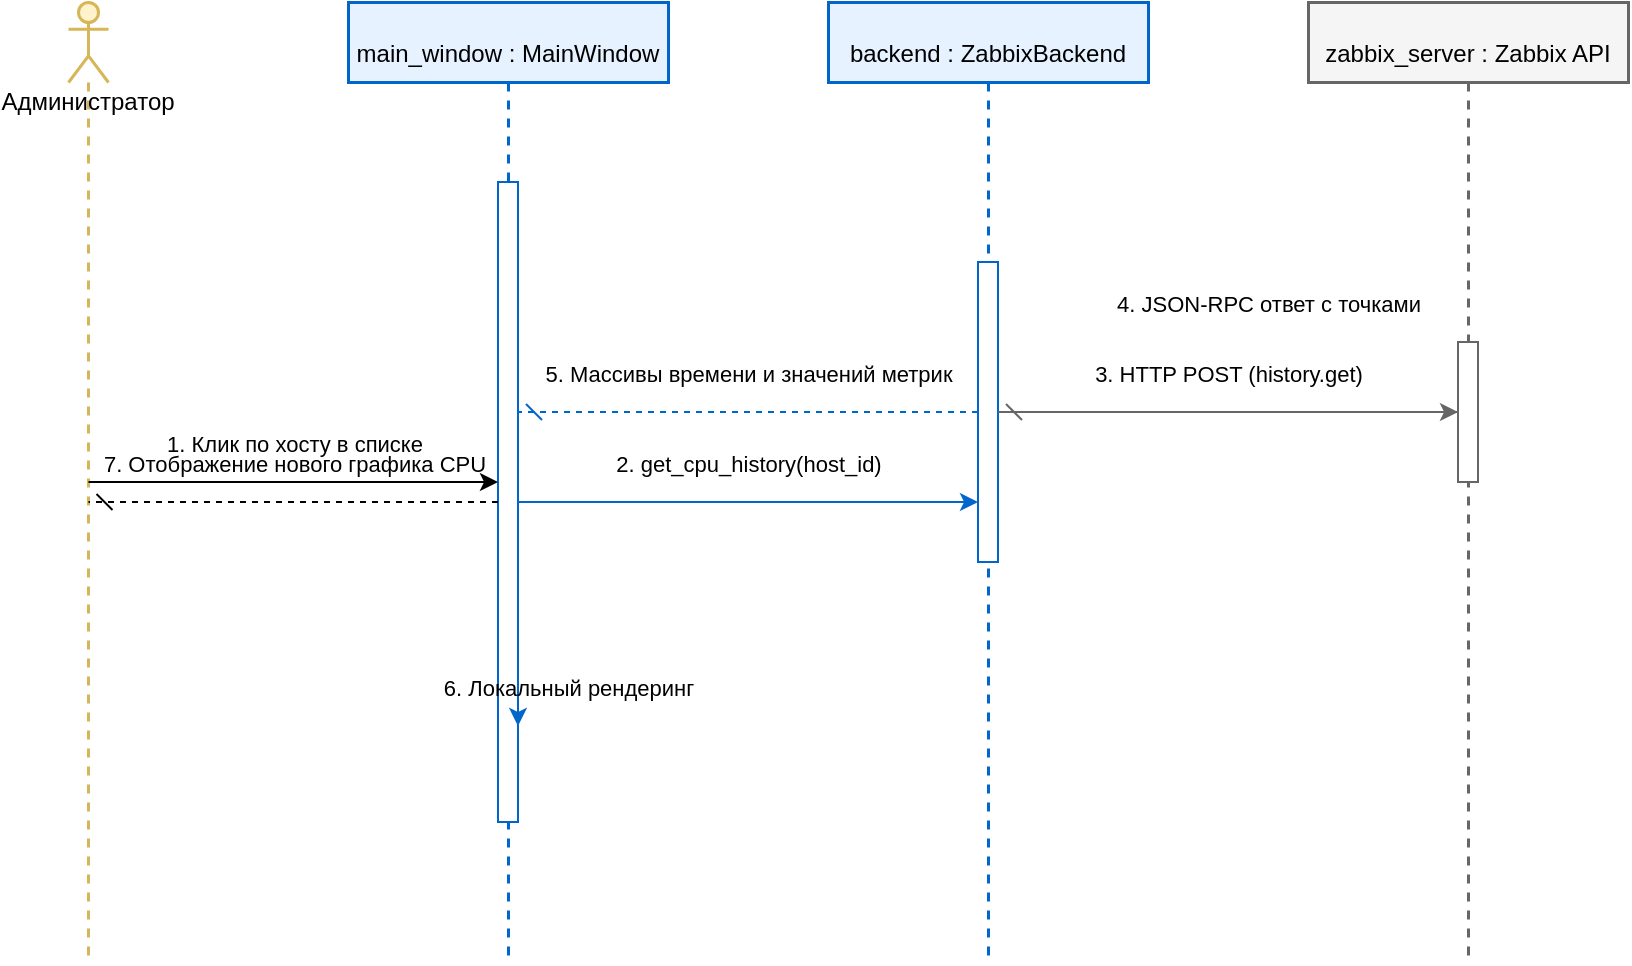
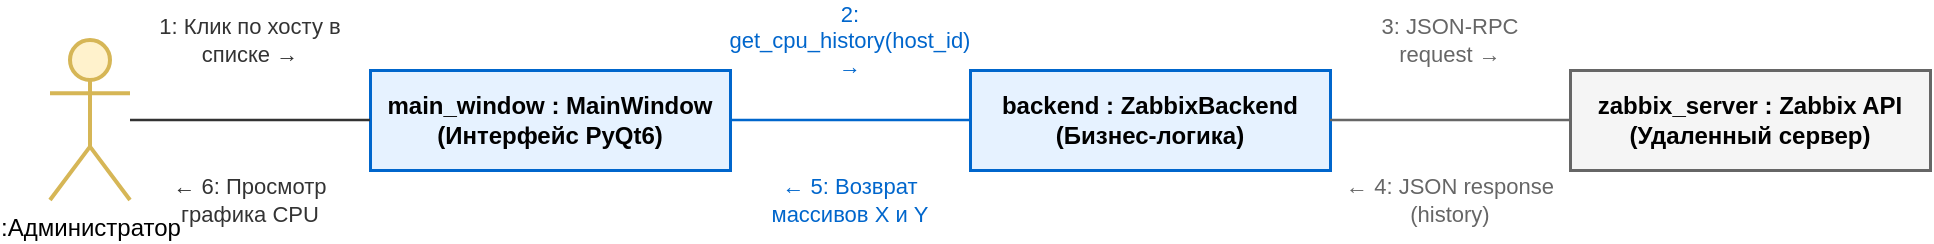
<mxfile host="app.diagrams.net">
  <diagram name="Диаграмма коопераций" id="65SV-HAAZTgRo7S4jJKr">
    <mxGraphModel dx="2343" dy="1313" grid="1" gridSize="10" guides="1" tooltips="1" connect="1" arrows="1" fold="1" page="1" pageScale="1" pageWidth="827" pageHeight="1169" math="0" shadow="0">
      <root>
        <mxCell id="0" />
        <mxCell id="1" parent="0" />
-         <mxCell id="gegtC7HxZWgpFShu-0Bw-77" parent="1" style="shape=umlLifeline;participant=umlActor;perimeter=lifelinePerimeter;whiteSpace=wrap;html=1;container=1;collapsible=0;recursiveResize=0;verticalAlign=top;spacingTop=36;outlineConnect=0;strokeWidth=1.5;fillColor=#FFF2CC;strokeColor=#D6B656;" value="Администратор" vertex="1">
-           <mxGeometry height="480" width="20" x="700" y="390" as="geometry" />
+         <mxCell id="gegtC7HxZWgpFShu-0Bw-50" parent="1" style="shape=umlActor;verticalLabelPosition=bottom;verticalAlign=top;html=1;strokeWidth=2;fillColor=#FFF2CC;strokeColor=#D6B656;" value=":Администратор" vertex="1">
+           <mxGeometry height="80" width="40" x="500" y="510" as="geometry" />
        </mxCell>
-         <mxCell id="gegtC7HxZWgpFShu-0Bw-78" parent="1" style="shape=umlLifeline;perimeter=lifelinePerimeter;whiteSpace=wrap;html=1;container=1;collapsible=0;recursiveResize=0;verticalAlign=top;spacingTop=12;outlineConnect=0;strokeWidth=1.5;fillColor=#E6F2FF;strokeColor=#0066CC;" value="main_window : MainWindow" vertex="1">
-           <mxGeometry height="480" width="160" x="840" y="390" as="geometry" />
+         <mxCell id="gegtC7HxZWgpFShu-0Bw-51" parent="1" style="html=1;whiteSpace=wrap;fillColor=#E6F2FF;strokeColor=#0066CC;strokeWidth=1.5;fontStyle=1;align=center;" value="main_window : MainWindow&#xa;(Интерфейс PyQt6)" vertex="1">
+           <mxGeometry height="50" width="180" x="660" y="525" as="geometry" />
        </mxCell>
-         <mxCell id="gegtC7HxZWgpFShu-0Bw-79" parent="gegtC7HxZWgpFShu-0Bw-78" style="html=1;points=[];perimeter=orthogonalPerimeter;fillColor=#FFFFFF;strokeColor=#0066CC;" value="" vertex="1">
-           <mxGeometry height="320" width="10" x="75" y="90" as="geometry" />
+         <mxCell id="gegtC7HxZWgpFShu-0Bw-52" parent="1" style="html=1;whiteSpace=wrap;fillColor=#E6F2FF;strokeColor=#0066CC;strokeWidth=1.5;fontStyle=1;align=center;" value="backend : ZabbixBackend&#xa;(Бизнес-логика)" vertex="1">
+           <mxGeometry height="50" width="180" x="960" y="525" as="geometry" />
        </mxCell>
-         <mxCell id="gegtC7HxZWgpFShu-0Bw-80" parent="1" style="shape=umlLifeline;perimeter=lifelinePerimeter;whiteSpace=wrap;html=1;container=1;collapsible=0;recursiveResize=0;verticalAlign=top;spacingTop=12;outlineConnect=0;strokeWidth=1.5;fillColor=#E6F2FF;strokeColor=#0066CC;" value="backend : ZabbixBackend" vertex="1">
-           <mxGeometry height="480" width="160" x="1080" y="390" as="geometry" />
+         <mxCell id="gegtC7HxZWgpFShu-0Bw-53" parent="1" style="html=1;whiteSpace=wrap;fillColor=#F5F5F5;strokeColor=#666666;strokeWidth=1.5;fontStyle=1;align=center;" value="zabbix_server : Zabbix API&#xa;(Удаленный сервер)" vertex="1">
+           <mxGeometry height="50" width="180" x="1260" y="525" as="geometry" />
        </mxCell>
-         <mxCell id="gegtC7HxZWgpFShu-0Bw-81" parent="gegtC7HxZWgpFShu-0Bw-80" style="html=1;points=[];perimeter=orthogonalPerimeter;fillColor=#FFFFFF;strokeColor=#0066CC;" value="" vertex="1">
-           <mxGeometry height="150" width="10" x="75" y="130" as="geometry" />
+         <mxCell id="gegtC7HxZWgpFShu-0Bw-54" edge="1" parent="1" source="gegtC7HxZWgpFShu-0Bw-50" style="endArrow=none;html=1;strokeWidth=1.2;strokeColor=#333333;" target="gegtC7HxZWgpFShu-0Bw-51">
+           <mxGeometry relative="1" as="geometry" />
        </mxCell>
-         <mxCell id="gegtC7HxZWgpFShu-0Bw-82" parent="1" style="shape=umlLifeline;perimeter=lifelinePerimeter;whiteSpace=wrap;html=1;container=1;collapsible=0;recursiveResize=0;verticalAlign=top;spacingTop=12;outlineConnect=0;strokeWidth=1.5;fillColor=#F5F5F5;strokeColor=#666666;" value="zabbix_server : Zabbix API" vertex="1">
-           <mxGeometry height="480" width="160" x="1320" y="390" as="geometry" />
+         <mxCell id="gegtC7HxZWgpFShu-0Bw-55" parent="1" style="text;html=1;align=center;verticalAlign=middle;resizable=0;points=[];whiteSpace=wrap;rounded=0;fontSize=11;fontColor=#333333;" value="1: Клик по хосту в списке →" vertex="1">
+           <mxGeometry height="20" width="100" x="550" y="500" as="geometry" />
        </mxCell>
-         <mxCell id="gegtC7HxZWgpFShu-0Bw-83" parent="gegtC7HxZWgpFShu-0Bw-82" style="html=1;points=[];perimeter=orthogonalPerimeter;fillColor=#FFFFFF;strokeColor=#666666;" value="" vertex="1">
-           <mxGeometry height="70" width="10" x="75" y="170" as="geometry" />
+         <mxCell id="gegtC7HxZWgpFShu-0Bw-56" parent="1" style="text;html=1;align=center;verticalAlign=middle;resizable=0;points=[];whiteSpace=wrap;rounded=0;fontSize=11;fontColor=#333333;" value="← 6: Просмотр графика CPU" vertex="1">
+           <mxGeometry height="20" width="100" x="550" y="580" as="geometry" />
        </mxCell>
-         <mxCell id="gegtC7HxZWgpFShu-0Bw-84" edge="1" parent="1" source="gegtC7HxZWgpFShu-0Bw-77" style="endArrow=classic;html=1;verticalAlign=bottom;labelBackgroundColor=none;" target="gegtC7HxZWgpFShu-0Bw-79" value="1. Клик по хосту в списке">
-           <mxGeometry relative="1" y="10" as="geometry">
-             <mxPoint as="offset" />
-             <mxPoint x="720" y="480" as="sourcePoint" />
-             <mxPoint x="910" y="480" as="targetPoint" />
-           </mxGeometry>
+         <mxCell id="gegtC7HxZWgpFShu-0Bw-57" edge="1" parent="1" source="gegtC7HxZWgpFShu-0Bw-51" style="endArrow=none;html=1;strokeWidth=1.2;strokeColor=#0066CC;" target="gegtC7HxZWgpFShu-0Bw-52">
+           <mxGeometry relative="1" as="geometry" />
        </mxCell>
-         <mxCell id="gegtC7HxZWgpFShu-0Bw-85" edge="1" parent="1" source="gegtC7HxZWgpFShu-0Bw-79" style="endArrow=classic;html=1;verticalAlign=bottom;labelBackgroundColor=none;strokeColor=#0066CC;" target="gegtC7HxZWgpFShu-0Bw-81" value="2. get_cpu_history(host_id)">
-           <mxGeometry relative="1" y="10" as="geometry">
-             <mxPoint as="offset" />
-             <mxPoint x="930" y="520" as="sourcePoint" />
-             <mxPoint x="1140" y="520" as="targetPoint" />
-           </mxGeometry>
+         <mxCell id="gegtC7HxZWgpFShu-0Bw-58" parent="1" style="text;html=1;align=center;verticalAlign=middle;resizable=0;points=[];whiteSpace=wrap;rounded=0;fontSize=11;fontColor=#0066CC;" value="2: get_cpu_history(host_id) →" vertex="1">
+           <mxGeometry height="20" width="110" x="845" y="500" as="geometry" />
        </mxCell>
-         <mxCell id="gegtC7HxZWgpFShu-0Bw-86" edge="1" parent="1" source="gegtC7HxZWgpFShu-0Bw-81" style="endArrow=classic;html=1;verticalAlign=bottom;labelBackgroundColor=none;strokeColor=#666666;" target="gegtC7HxZWgpFShu-0Bw-83" value="3. HTTP POST (history.get)">
-           <mxGeometry relative="1" y="10" as="geometry">
-             <mxPoint as="offset" />
-             <mxPoint x="1170" y="560" as="sourcePoint" />
-             <mxPoint x="1380" y="560" as="targetPoint" />
-           </mxGeometry>
+         <mxCell id="gegtC7HxZWgpFShu-0Bw-59" parent="1" style="text;html=1;align=center;verticalAlign=middle;resizable=0;points=[];whiteSpace=wrap;rounded=0;fontSize=11;fontColor=#0066CC;" value="← 5: Возврат массивов X и Y" vertex="1">
+           <mxGeometry height="20" width="110" x="845" y="580" as="geometry" />
        </mxCell>
-         <mxCell id="gegtC7HxZWgpFShu-0Bw-87" edge="1" parent="1" source="gegtC7HxZWgpFShu-0Bw-83" style="endArrow=dash;html=1;verticalAlign=bottom;labelBackgroundColor=none;strokeColor=#666666;dashed=1;endFill=1;" target="gegtC7HxZWgpFShu-0Bw-81" value="4. JSON-RPC ответ с точками">
-           <mxGeometry relative="1" x="-0.1739" y="-45" as="geometry">
-             <mxPoint as="offset" />
-             <mxPoint x="1380" y="630" as="sourcePoint" />
-             <mxPoint x="1170" y="630" as="targetPoint" />
-           </mxGeometry>
+         <mxCell id="gegtC7HxZWgpFShu-0Bw-60" edge="1" parent="1" source="gegtC7HxZWgpFShu-0Bw-52" style="endArrow=none;html=1;strokeWidth=1.2;strokeColor=#666666;" target="gegtC7HxZWgpFShu-0Bw-53">
+           <mxGeometry relative="1" as="geometry" />
        </mxCell>
-         <mxCell id="gegtC7HxZWgpFShu-0Bw-88" edge="1" parent="1" source="gegtC7HxZWgpFShu-0Bw-81" style="endArrow=dash;html=1;verticalAlign=bottom;labelBackgroundColor=none;strokeColor=#0066CC;dashed=1;endFill=1;" target="gegtC7HxZWgpFShu-0Bw-79" value="5. Массивы времени и значений метрик">
-           <mxGeometry relative="1" y="-10" as="geometry">
-             <mxPoint as="offset" />
-             <mxPoint x="1140" y="670" as="sourcePoint" />
-             <mxPoint x="930" y="670" as="targetPoint" />
-           </mxGeometry>
+         <mxCell id="gegtC7HxZWgpFShu-0Bw-61" parent="1" style="text;html=1;align=center;verticalAlign=middle;resizable=0;points=[];whiteSpace=wrap;rounded=0;fontSize=11;fontColor=#666666;" value="3: JSON-RPC request →" vertex="1">
+           <mxGeometry height="20" width="110" x="1145" y="500" as="geometry" />
        </mxCell>
-         <mxCell id="gegtC7HxZWgpFShu-0Bw-89" edge="1" parent="1" source="gegtC7HxZWgpFShu-0Bw-79" style="endArrow=classic;html=1;verticalAlign=bottom;labelBackgroundColor=none;strokeColor=#0066CC;edgeStyle=orthogonalEdgeStyle;exitX=1;exitY=0.75;entryX=1;entryY=0.85;" target="gegtC7HxZWgpFShu-0Bw-79" value="6. Локальный рендеринг">
-           <mxGeometry relative="1" x="0.3333" y="25" as="geometry">
-             <mxPoint as="offset" />
-             <mxPoint x="930" y="700" as="sourcePoint" />
-             <mxPoint x="950" y="730" as="targetPoint" />
-           </mxGeometry>
-         </mxCell>
-         <mxCell id="gegtC7HxZWgpFShu-0Bw-90" edge="1" parent="1" source="gegtC7HxZWgpFShu-0Bw-79" style="endArrow=dash;html=1;verticalAlign=bottom;labelBackgroundColor=none;dashed=1;endFill=1;" target="gegtC7HxZWgpFShu-0Bw-77" value="7. Отображение нового графика CPU">
-           <mxGeometry relative="1" y="-10" as="geometry">
-             <mxPoint as="offset" />
-             <mxPoint x="910" y="780" as="sourcePoint" />
-             <mxPoint x="720" y="780" as="targetPoint" />
-           </mxGeometry>
+         <mxCell id="gegtC7HxZWgpFShu-0Bw-62" parent="1" style="text;html=1;align=center;verticalAlign=middle;resizable=0;points=[];whiteSpace=wrap;rounded=0;fontSize=11;fontColor=#666666;" value="← 4: JSON response (history)" vertex="1">
+           <mxGeometry height="20" width="110" x="1145" y="580" as="geometry" />
        </mxCell>
      </root>
    </mxGraphModel>
  </diagram>
</mxfile>
